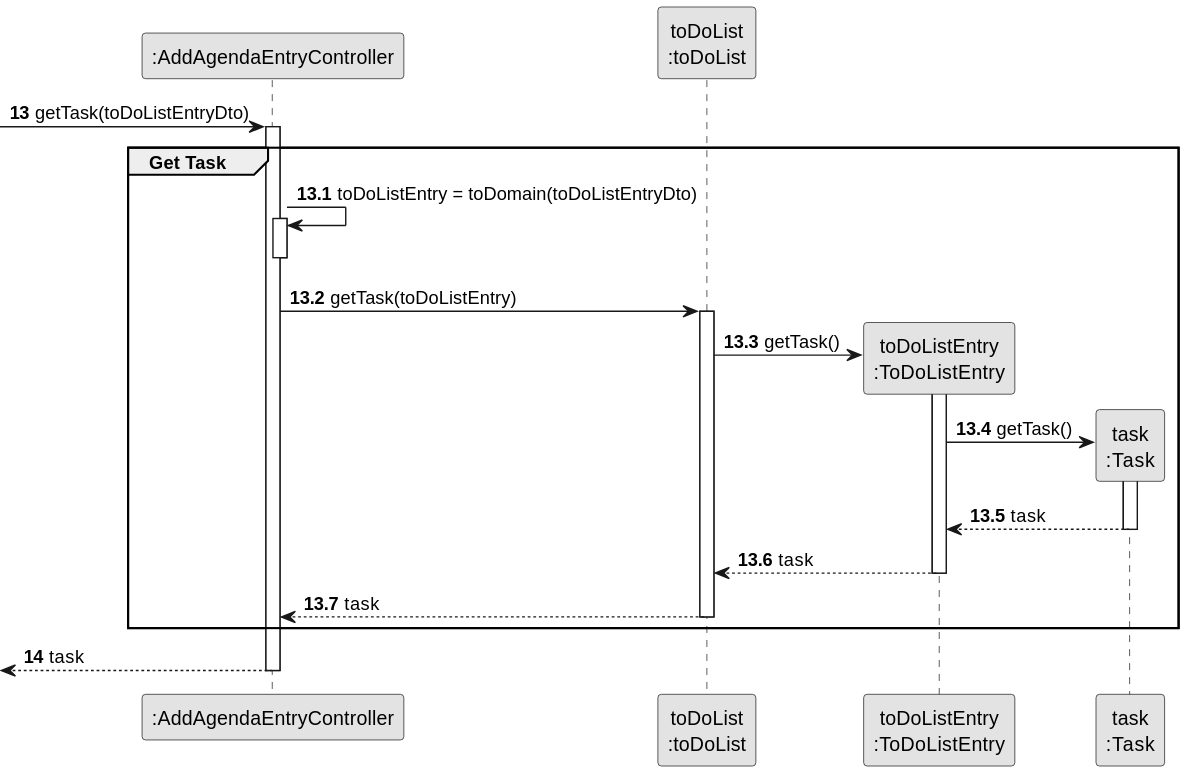
Earlier version of the PlantUML export docs/sprintC/us022/03.design/svg/us022-sequence-diagram-partial-get-task.svg (diogoveirospro/lei-24-s2-1dg-g072).
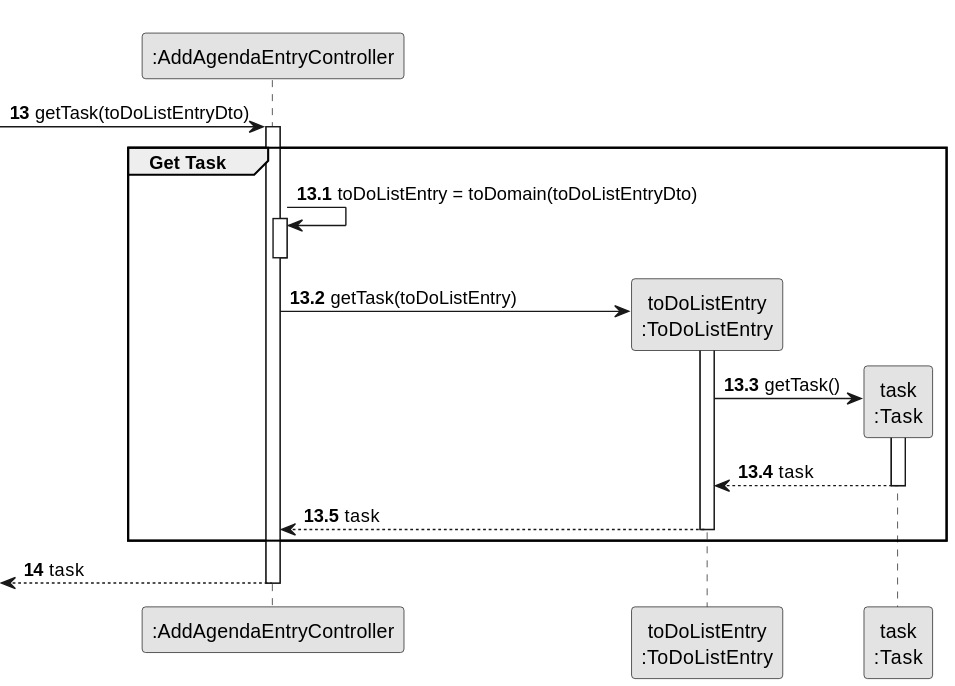
The same file after the commit.

The edit, as a diff of the source:
```diff
@@ -4,7 +4,6 @@
 skinparam shadowing false
 
 participant ":AddAgendaEntryController" as CTRL
-participant "toDoList\n:toDoList" as TODOLIST
 participant "toDoListEntry\n:ToDoListEntry" as TODOLISTENTRY
 participant "task\n:Task" as TASK
 
@@ -19,11 +18,8 @@
              activate CTRL
              deactivate CTRL
 
-            CTRL -> TODOLIST : getTask(toDoListEntry)
-            activate TODOLIST
-
-                TODOLIST -> TODOLISTENTRY** : getTask()
-                activate TODOLISTENTRY
+            CTRL -> TODOLISTENTRY** : getTask(toDoListEntry)
+            activate TODOLISTENTRY
 
                     TODOLISTENTRY -> TASK** : getTask()
                     activate TASK
@@ -31,11 +27,8 @@
                         TASK --> TODOLISTENTRY : task
                     deactivate TASK
 
-                    TODOLISTENTRY --> TODOLIST : task
-                deactivate TODOLISTENTRY
-
-                TODOLIST --> CTRL : task
-            deactivate TODOLIST
+                TODOLISTENTRY --> CTRL : task
+            deactivate TODOLISTENTRY
 
     end
 
```
